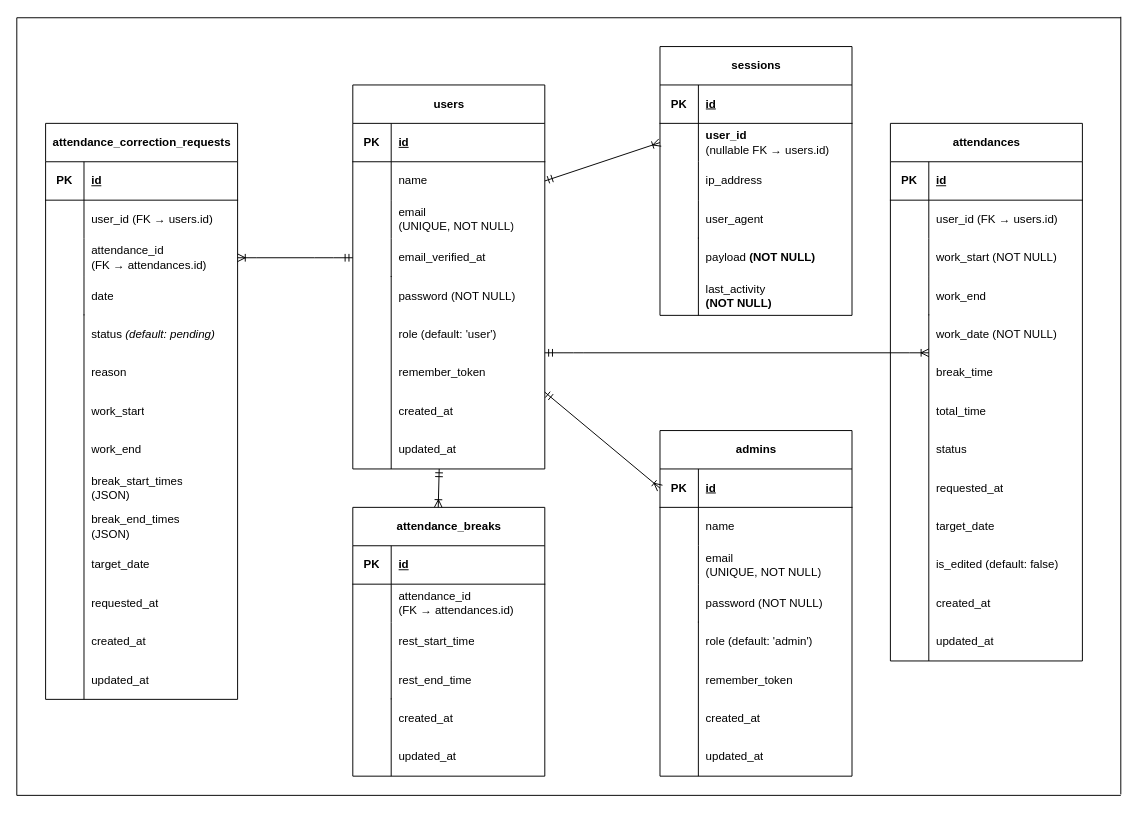
Above: src/er_data.drawio in lillian-angelina/attendance-management (draw.io), before the change. Source tidied: cells renumbered, new cells numbered last; positions are measured from the earlier drawing's top-left corner, leaving out a move shared by most shapes. Both pictures are drawn from the tidied source at 96%, with x=0, y=0 at pixel (16, 16).
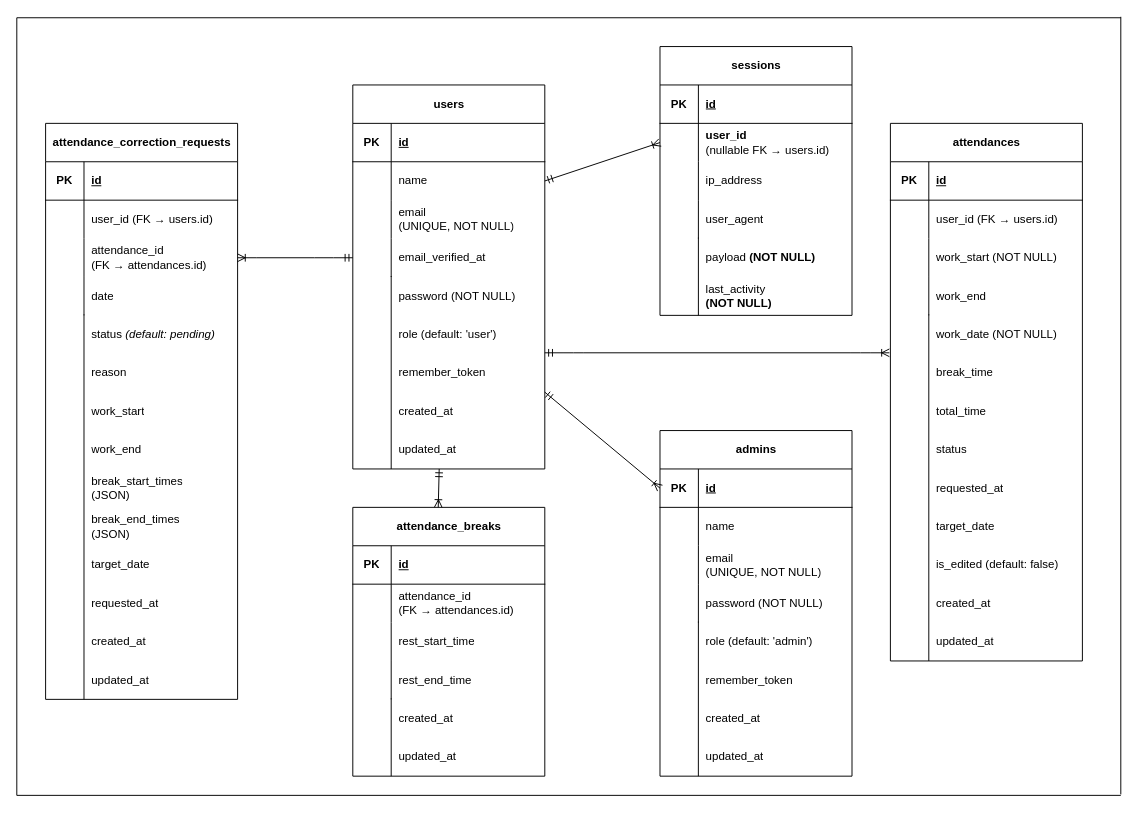
The same diagram, later.

Unchanged cells that the change refers to:
```xml
<mxCell id="93" style="shape=tableRow;horizontal=0;startSize=0;swimlaneHead=0;swimlaneBody=0;fillColor=none;points=[[0,0.5],[1,0.5]];portConstraint=eastwest;top=0;left=0;right=0;bottom=0;" parent="1" vertex="1">
  <mxGeometry x="910" y="351" width="180" height="40" as="geometry" />
</mxCell>
```

The edit, as a diff of the source:
```diff
@@
-    <mxCell id="167" style="edgeStyle=entityRelationEdgeStyle;fontSize=12;html=1;endArrow=ERoneToMany;startArrow=ERmandOne;entryX=0;entryY=0;entryDx=0;entryDy=0;entryPerimeter=0;" parent="1" edge="1">
+    <mxCell id="167" style="edgeStyle=entityRelationEdgeStyle;fontSize=12;html=1;endArrow=ERoneToMany;startArrow=ERmandOne;entryX=-0.006;entryY=-0.025;entryDx=0;entryDy=0;entryPerimeter=0;" parent="1" edge="1" target="93">
       <mxGeometry relative="1" as="geometry">
         <mxPoint x="550" y="350" as="sourcePoint" />
-        <mxPoint x="950" y="350" as="targetPoint" />
       </mxGeometry>
     </mxCell>
```
